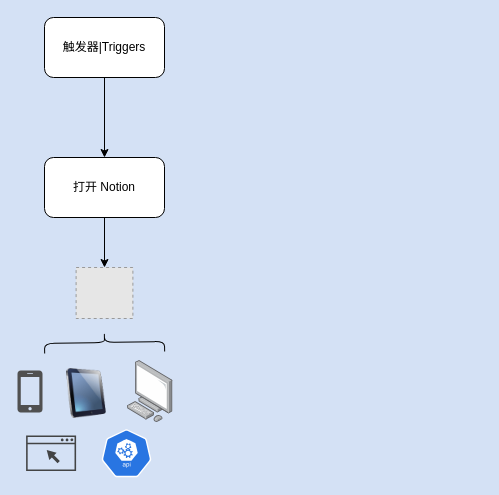
Before: take-notes.drawio in L1nwatch/BiggerThingkingFramework, a draw.io diagram. Source tidied: cells renumbered, new cells numbered last; positions are measured from the earlier drawing's top-left corner, leaving out a move shared by most shapes. Both pictures are drawn from the tidied source at 100%, with x=0, y=0 at pixel (17, 17). Pictures stored in the file or linked from it are replaced by grey dashed boxes.
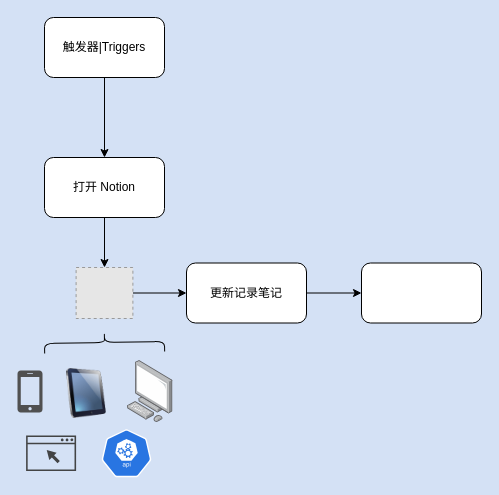
The same page after the edit.

Diff of the diagram source:
```diff
@@
 <mxGraphModel background="#D4E1F5">
   <root>
     <mxCell id="0" />
     <mxCell id="1" parent="0" />
     <mxCell id="2" style="edgeStyle=orthogonalEdgeStyle;rounded=0;jettySize=auto;html=1;" parent="1" edge="1" source="3" target="5">
       <mxGeometry relative="1" as="geometry" />
     </mxCell>
     <mxCell id="3" value="触发器|Triggers" style="rounded=1;whiteSpace=wrap;html=1;" parent="1" vertex="1">
       <mxGeometry x="27" width="120" height="60" as="geometry" />
     </mxCell>
     <mxCell id="4" style="edgeStyle=orthogonalEdgeStyle;rounded=0;jettySize=auto;html=1;exitX=0.5;exitY=1;exitDx=0;exitDy=0;entryX=0.5;entryY=0;entryDx=0;entryDy=0;" parent="1" edge="1" source="5" target="6">
       <mxGeometry relative="1" as="geometry" />
     </mxCell>
     <mxCell id="5" value="打开 Notion" style="whiteSpace=wrap;html=1;rounded=1;" parent="1" vertex="1">
       <mxGeometry x="27" y="140" width="120" height="60" as="geometry" />
     </mxCell>
+    <mxCell id="13" style="edgeStyle=orthogonalEdgeStyle;rounded=0;jettySize=auto;html=1;entryX=0;entryY=0.5;entryDx=0;entryDy=0;" parent="1" edge="1" source="6" target="15">
+      <mxGeometry relative="1" as="geometry" />
+    </mxCell>
     <mxCell id="6" style="fillColor=#E6E6E6;strokeColor=#999999;dashed=1;verticalLabelPosition=bottom;labelBackgroundColor=default;verticalAlign=top;" parent="1" vertex="1">
       <mxGeometry x="58.6" y="250" width="56.8" height="51" as="geometry" />
     </mxCell>
     <mxCell id="7" style="shape=curlyBracket;whiteSpace=wrap;html=1;rounded=1;rotation=89;" parent="1" vertex="1">
       <mxGeometry x="77" y="265" width="20" height="120" as="geometry" />
     </mxCell>
     <mxCell id="8" style="sketch=0;shadow=0;dashed=0;html=1;strokeColor=none;fillColor=#505050;labelPosition=center;verticalLabelPosition=bottom;verticalAlign=top;align=center;shape=mxgraph.office.devices.cell_phone_iphone_standalone;" parent="1" vertex="1">
       <mxGeometry y="353" width="25" height="42" as="geometry" />
     </mxCell>
     <mxCell id="9" style="image;html=1;image=img/lib/clip_art/computers/iPad_128x128.png;" parent="1" vertex="1">
       <mxGeometry x="44" y="351" width="50" height="50" as="geometry" />
     </mxCell>
     <mxCell id="10" style="html=1;align=center;shadow=0;dashed=0;image;image=img/lib/allied_telesis/computer_and_terminals/Personal_Computer.svg;" parent="1" vertex="1">
       <mxGeometry x="110" y="343.1" width="45.6" height="61.8" as="geometry" />
     </mxCell>
     <mxCell id="11" style="sketch=0;shadow=0;dashed=0;html=1;strokeColor=none;fillColor=#434445;labelPosition=center;verticalLabelPosition=bottom;verticalAlign=top;align=center;shape=mxgraph.vvd.web_browser;" parent="1" vertex="1">
       <mxGeometry x="8.6" y="418" width="50" height="35.5" as="geometry" />
     </mxCell>
     <mxCell id="12" style="sketch=0;html=1;dashed=0;whitespace=wrap;fillColor=#2875E2;strokeColor=#ffffff;shape=mxgraph.kubernetes.icon;prIcon=api;" parent="1" vertex="1">
       <mxGeometry x="84" y="411.8" width="50" height="48" as="geometry" />
     </mxCell>
+    <mxCell id="14" style="edgeStyle=orthogonalEdgeStyle;rounded=0;jettySize=auto;html=1;" parent="1" edge="1" source="15" target="16">
+      <mxGeometry relative="1" as="geometry" />
+    </mxCell>
+    <mxCell id="15" value="更新记录笔记" style="whiteSpace=wrap;html=1;rounded=1;" parent="1" vertex="1">
+      <mxGeometry x="169" y="245.5" width="120" height="60" as="geometry" />
+    </mxCell>
+    <mxCell id="16" style="whiteSpace=wrap;html=1;rounded=1;" parent="1" vertex="1">
+      <mxGeometry x="344" y="245.5" width="120" height="60" as="geometry" />
+    </mxCell>
   </root>
 </mxGraphModel>
```
